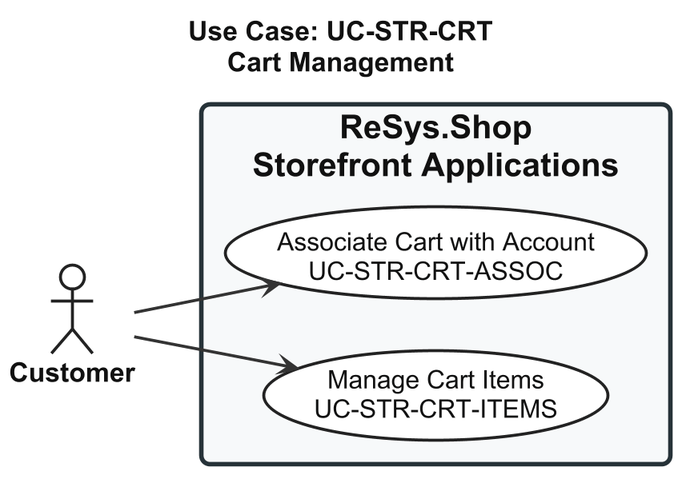
Earlier version of the PlantUML export thesis/figures/chapters/part2/ch2-design/02-use-cases/diagrams/P2S2.2.2_usecase-cart-management.png (qingfa-dev/ReSys.Shop).
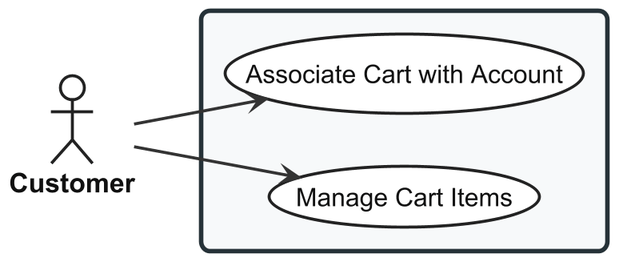
The same file after the commit.

What changed in the source:
```diff
@@ -56,15 +56,14 @@
 
 </style>
 
-title Use Case: UC-STR-CRT\nCart Management
 
 actor "Customer" as Customer
 
-rectangle "ReSys.Shop\nStorefront Applications" {
+rectangle {
 
-  usecase "Manage Cart Items\nUC-STR-CRT-ITEMS" as UC_ITEMS
+  usecase "Manage Cart Items" as UC_ITEMS
 
-  usecase "Associate Cart with Account\nUC-STR-CRT-ASSOC" as UC_ASSOCIATE
+  usecase "Associate Cart with Account" as UC_ASSOCIATE
 
 }
 
```
